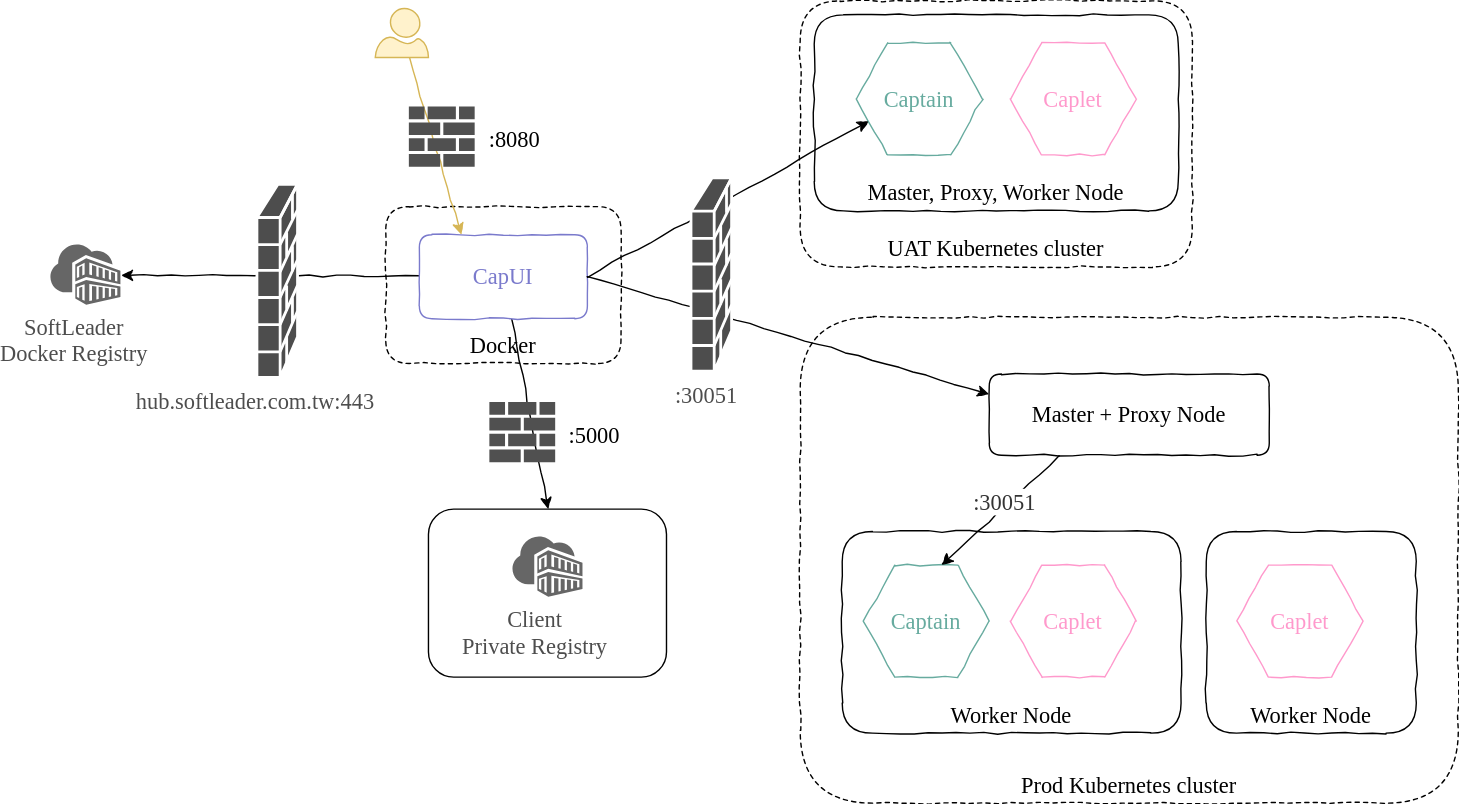
Earlier version of the draw.io export images/cluster-modes-multi.svg (softleader/captain-kube). Source tidied: cells renumbered, new cells last; positions are measured from the earlier drawing's top-left corner, leaving out a move shared by most shapes.
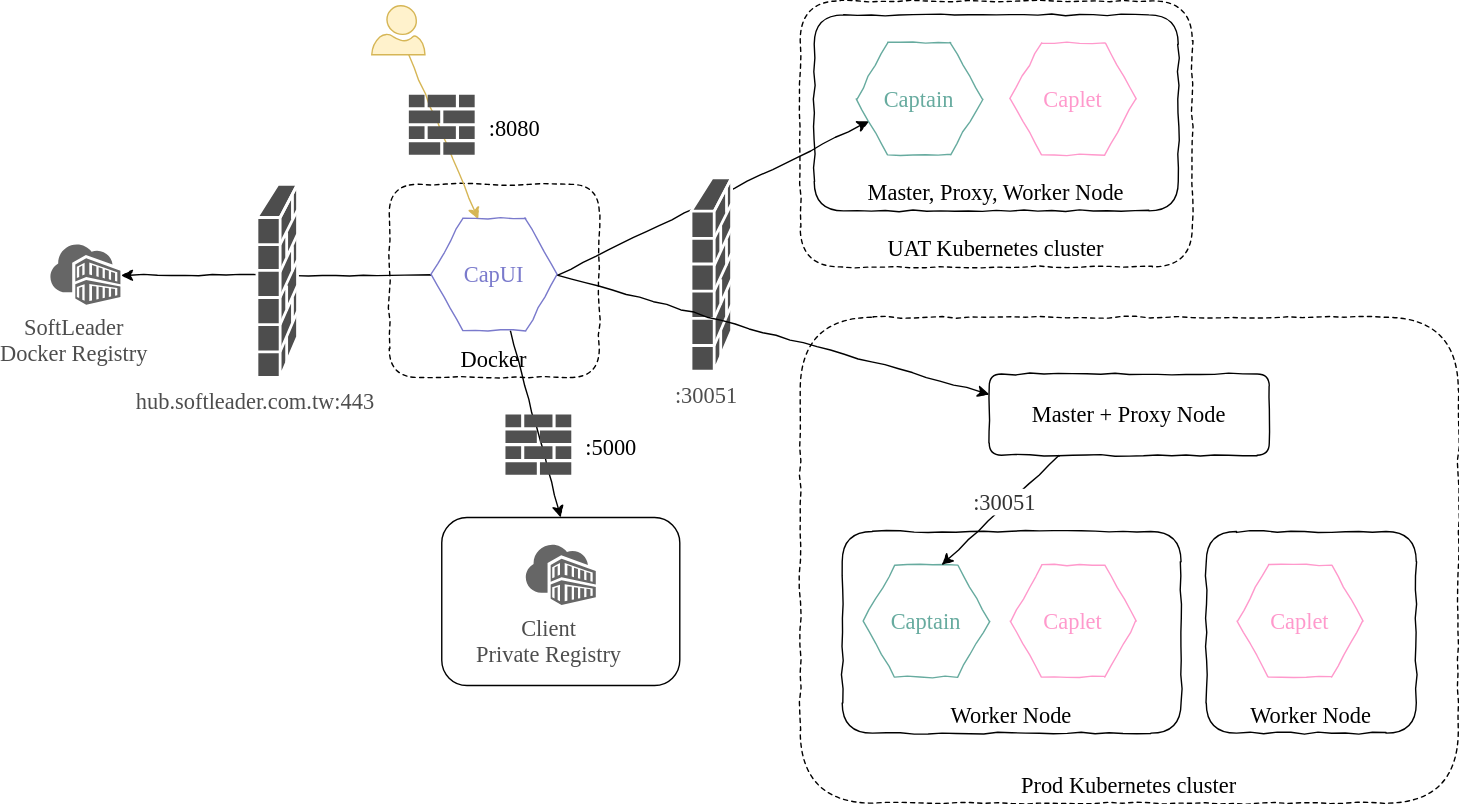
After the change.

Change to the diagram source:
```diff
@@ -3,25 +3,22 @@
     <mxCell id="0" />
     <mxCell id="1" parent="0" />
     <mxCell id="2" value="Docker" style="rounded=1;comic=1;fontFamily=Comic Sans MS;verticalAlign=bottom;fontSize=16;dashed=1;" parent="1" vertex="1">
-      <mxGeometry x="240" y="147" width="168" height="112" as="geometry" />
+      <mxGeometry x="242.5" y="131" width="150" height="138" as="geometry" />
     </mxCell>
-    <mxCell id="3" style="edgeStyle=none;rounded=0;html=1;entryX=1;entryY=0.5;entryPerimeter=0;jettySize=auto;fontFamily=Comic Sans MS;fontSize=16;fontColor=#7A7ACC;comic=1;" parent="1" edge="1" source="5" target="16">
+    <mxCell id="3" style="edgeStyle=none;rounded=0;html=1;entryX=1;entryY=0.5;entryPerimeter=0;jettySize=auto;fontFamily=Comic Sans MS;fontSize=16;fontColor=#7A7ACC;comic=1;exitX=0;exitY=0.5;" parent="1" edge="1" source="5" target="16">
       <mxGeometry relative="1" as="geometry" />
     </mxCell>
-    <mxCell id="4" style="edgeStyle=none;rounded=0;html=1;entryX=0.5;entryY=0;jettySize=auto;fontFamily=Comic Sans MS;fontSize=16;fontColor=#7A7ACC;comic=1;" parent="1" edge="1" source="5" target="19">
+    <mxCell id="4" style="edgeStyle=none;rounded=0;html=1;entryX=0.5;entryY=0;jettySize=auto;fontFamily=Comic Sans MS;fontSize=16;fontColor=#7A7ACC;comic=1;exitX=0.625;exitY=1;" parent="1" edge="1" source="5" target="19">
       <mxGeometry relative="1" as="geometry" />
     </mxCell>
-    <mxCell id="5" value="CapUI" style="rounded=1;strokeColor=#7A7ACC;fontColor=#7A7ACC;fontFamily=Comic Sans MS;fontSize=16;comic=1;" parent="1" vertex="1">
-      <mxGeometry x="264" y="167" width="120" height="60" as="geometry" />
-    </mxCell>
-    <mxCell id="6" style="rounded=0;html=1;entryX=0.25;entryY=0;jettySize=auto;fontFamily=Comic Sans MS;fontSize=16;fontColor=#7A7ACC;comic=1;fillColor=#fff2cc;strokeColor=#d6b656;" parent="1" edge="1" source="7" target="5">
+    <mxCell id="6" style="rounded=0;html=1;entryX=0.375;entryY=0;jettySize=auto;fontFamily=Comic Sans MS;fontSize=16;fontColor=#7A7ACC;comic=1;fillColor=#fff2cc;strokeColor=#d6b656;" parent="1" edge="1" source="7" target="5">
       <mxGeometry relative="1" as="geometry" />
     </mxCell>
     <mxCell id="7" style="verticalLabelPosition=bottom;html=1;verticalAlign=top;align=center;strokeColor=#d6b656;fillColor=#fff2cc;shape=mxgraph.azure.user;fontFamily=Comic Sans MS;fontSize=16;" parent="1" vertex="1">
-      <mxGeometry x="232.5" y="5.5" width="38" height="35" as="geometry" />
+      <mxGeometry x="230" y="3.5" width="38" height="35" as="geometry" />
     </mxCell>
     <mxCell id="8" style="group;" parent="1" vertex="1">
-      <mxGeometry x="314" y="286.5" width="115" height="43" as="geometry" />
+      <mxGeometry x="325.5" y="295.5" width="115" height="43" as="geometry" />
     </mxCell>
     <mxCell id="9" value="&lt;font color=&quot;#000000&quot;&gt;:5000&lt;/font&gt;" style="text;html=1;align=left;verticalAlign=top;spacingTop=-4;fontSize=16;fontFamily=Comic Sans MS;fontColor=#7A7ACC;" parent="8" vertex="1">
       <mxGeometry x="55" y="11.5" width="60" height="20" as="geometry" />
@@ -48,7 +45,7 @@
       <mxGeometry x="0.5" y="174" width="50" height="43" as="geometry" />
     </mxCell>
     <mxCell id="17" style="group;" parent="1" vertex="1">
-      <mxGeometry x="270.5" y="363" width="170" height="120" as="geometry" />
+      <mxGeometry x="280" y="369" width="170" height="120" as="geometry" />
     </mxCell>
     <mxCell id="18" value="&lt;font color=&quot;#4d4d4d&quot;&gt;Client&lt;br&gt;Private Registry&lt;/font&gt;" style="shadow=0;dashed=0;html=1;strokeColor=none;labelPosition=center;verticalLabelPosition=bottom;verticalAlign=top;align=center;shape=mxgraph.mscae.cloud.container_registry;fillColor=#666666;fontFamily=Comic Sans MS;fontSize=16;fontColor=#7A7ACC;" parent="17" vertex="1">
       <mxGeometry x="60" y="19.5" width="50" height="43" as="geometry" />
@@ -57,7 +54,7 @@
       <mxGeometry width="170" height="120" as="geometry" />
     </mxCell>
     <mxCell id="20" style="group;" parent="1" vertex="1">
-      <mxGeometry x="256.5" y="75.5" width="115" height="43" as="geometry" />
+      <mxGeometry x="256.5" y="67" width="115" height="43" as="geometry" />
     </mxCell>
     <mxCell id="21" value="&lt;font color=&quot;#000000&quot;&gt;:8080&lt;/font&gt;" style="text;html=1;align=left;verticalAlign=top;spacingTop=-4;fontSize=16;fontFamily=Comic Sans MS;fontColor=#7A7ACC;" parent="20" vertex="1">
       <mxGeometry x="55" y="11.5" width="60" height="20" as="geometry" />
@@ -95,11 +92,14 @@
     <mxCell id="32" value="&lt;font face=&quot;Comic Sans MS&quot;&gt;:30051&lt;/font&gt;" style="text;html=1;align=center;verticalAlign=middle;labelBackgroundColor=#ffffff;fontSize=16;fontFamily=Verdana;fontColor=#333333;" parent="31" vertex="1">
       <mxGeometry x="-0.16" y="-1" relative="1" as="geometry" />
     </mxCell>
+    <mxCell id="34" value="&lt;font color=&quot;#4d4d4d&quot;&gt;:30051&lt;/font&gt;" style="shape=mxgraph.cisco.security.firewall;html=1;dashed=0;fillColor=#4D4D4D;strokeColor=#ffffff;strokeWidth=2;verticalLabelPosition=bottom;verticalAlign=top;fontFamily=Comic Sans MS;fontSize=16;fontColor=#7A7ACC;" parent="1" vertex="1">
+      <mxGeometry x="458" y="126.5" width="29" height="138" as="geometry" />
+    </mxCell>
+    <mxCell id="5" value="CapUI" style="shape=hexagon;perimeter=hexagonPerimeter2;comic=1;fontFamily=Comic Sans MS;fontSize=16;fontColor=#7A7ACC;strokeColor=#7A7ACC;" parent="1" vertex="1">
+      <mxGeometry x="272.5" y="155.5" width="90" height="80" as="geometry" />
+    </mxCell>
-    <mxCell id="33" style="edgeStyle=none;rounded=0;html=1;entryX=0;entryY=0.25;jettySize=auto;fontFamily=Comic Sans MS;fontSize=16;fontColor=#7A7ACC;exitX=1;exitY=0.5;comic=1;" parent="1" edge="1" source="5" target="25">
+    <mxCell id="33" style="edgeStyle=none;rounded=0;html=1;entryX=0;entryY=0.25;jettySize=auto;fontFamily=Comic Sans MS;fontSize=16;fontColor=#7A7ACC;comic=1;exitX=1;exitY=0.5;" parent="1" edge="1" source="5" target="25">
       <mxGeometry relative="1" as="geometry" />
     </mxCell>
-    <mxCell id="34" value="&lt;font color=&quot;#4d4d4d&quot;&gt;:30051&lt;/font&gt;" style="shape=mxgraph.cisco.security.firewall;html=1;dashed=0;fillColor=#4D4D4D;strokeColor=#ffffff;strokeWidth=2;verticalLabelPosition=bottom;verticalAlign=top;fontFamily=Comic Sans MS;fontSize=16;fontColor=#7A7ACC;" parent="1" vertex="1">
-      <mxGeometry x="458" y="126.5" width="29" height="138" as="geometry" />
-    </mxCell>
   </root>
 </mxGraphModel>
```
